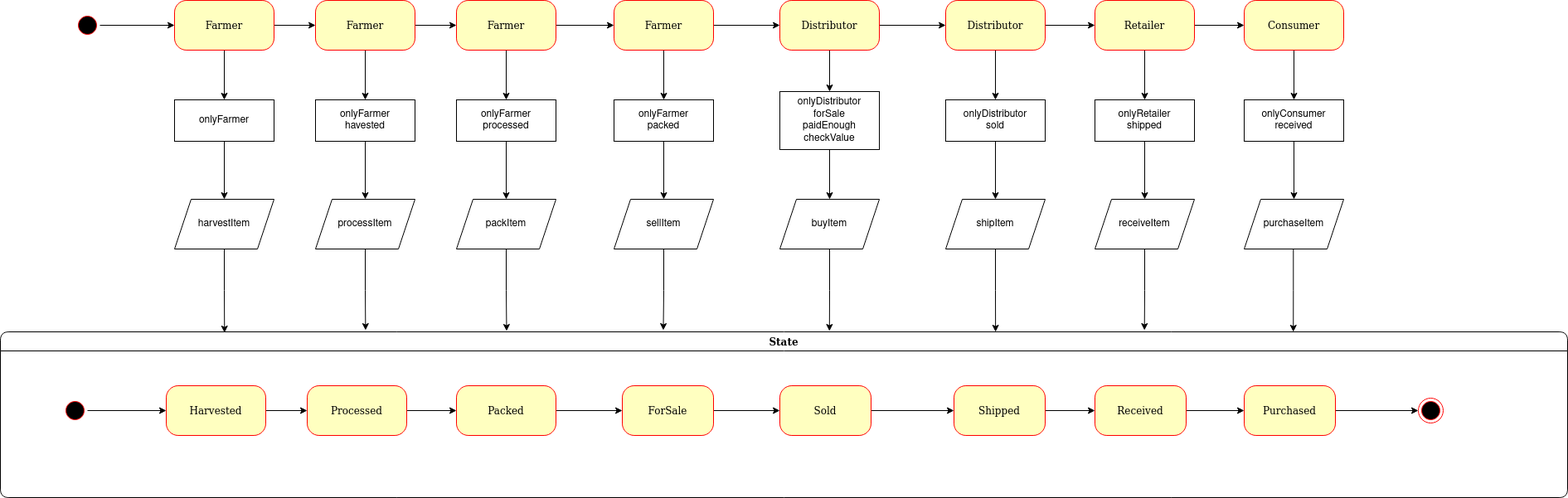
icole/blockchain_nanodegree keeps this draw.io diagram as project_3/diagrams/State-Diagram.png. Above is the earlier version. Source tidied: cells renumbered, new cells last; positions are measured from the earlier drawing's top-left corner, leaving out a move shared by most shapes.
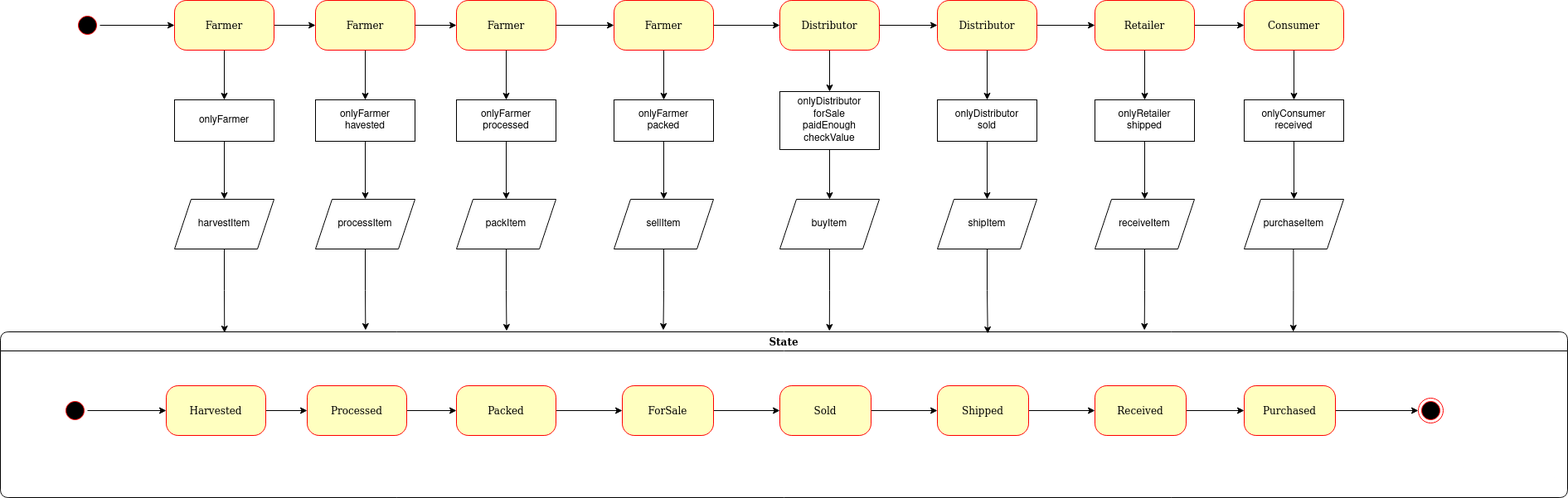
The same diagram one commit later.

What changed in the source:
```diff
@@ -63,7 +63,7 @@
       <mxGeometry relative="1" as="geometry" />
     </mxCell>
     <mxCell id="22" value="Shipped" style="rounded=1;whiteSpace=wrap;html=1;arcSize=24;fillColor=#ffffc0;strokeColor=#ff0000;shadow=0;comic=0;labelBackgroundColor=none;fontFamily=Verdana;fontSize=12;fontColor=#000000;align=center;" parent="7" vertex="1">
-      <mxGeometry x="1150" y="65" width="110" height="60" as="geometry" />
+      <mxGeometry x="1130" y="65" width="110" height="60" as="geometry" />
     </mxCell>
     <mxCell id="23" style="edgeStyle=orthogonalEdgeStyle;rounded=0;jettySize=auto;html=1;exitX=1;exitY=0.5;exitDx=0;exitDy=0;entryX=0;entryY=0.5;entryDx=0;entryDy=0;" parent="7" edge="1" source="24" target="26">
       <mxGeometry relative="1" as="geometry" />
@@ -120,7 +120,7 @@
       <mxGeometry relative="1" as="geometry" />
     </mxCell>
     <mxCell id="41" value="Distributor" style="rounded=1;whiteSpace=wrap;html=1;arcSize=24;fillColor=#ffffc0;strokeColor=#ff0000;shadow=0;comic=0;labelBackgroundColor=none;fontFamily=Verdana;fontSize=12;fontColor=#000000;align=center;" parent="1" vertex="1">
-      <mxGeometry x="1140" width="120" height="60" as="geometry" />
+      <mxGeometry x="1130" width="120" height="60" as="geometry" />
     </mxCell>
     <mxCell id="42" style="edgeStyle=orthogonalEdgeStyle;rounded=0;jettySize=auto;html=1;exitX=0.5;exitY=1;exitDx=0;exitDy=0;entryX=0.5;entryY=0;entryDx=0;entryDy=0;" parent="1" edge="1" source="44" target="76">
       <mxGeometry relative="1" as="geometry" />
@@ -201,13 +201,13 @@
       <mxGeometry relative="1" as="geometry" />
     </mxCell>
     <mxCell id="68" value="&lt;div&gt;onlyDistributor&lt;/div&gt;&lt;div&gt;sold&lt;br&gt;&lt;/div&gt;" style="rounded=0;whiteSpace=wrap;html=1;" parent="1" vertex="1">
-      <mxGeometry x="1140" y="120" width="120" height="50" as="geometry" />
+      <mxGeometry x="1130" y="120" width="120" height="50" as="geometry" />
     </mxCell>
-    <mxCell id="69" style="edgeStyle=orthogonalEdgeStyle;rounded=0;jettySize=auto;html=1;exitX=0.5;exitY=1;exitDx=0;exitDy=0;entryX=0.635;entryY=0;entryDx=0;entryDy=0;entryPerimeter=0;" parent="1" edge="1" source="70" target="7">
+    <mxCell id="69" style="edgeStyle=orthogonalEdgeStyle;rounded=0;jettySize=auto;html=1;entryX=0.63;entryY=0.01;entryDx=0;entryDy=0;entryPerimeter=0;" parent="1" edge="1" source="70" target="7">
       <mxGeometry relative="1" as="geometry" />
     </mxCell>
     <mxCell id="70" value="shipItem" style="shape=parallelogram;perimeter=parallelogramPerimeter;whiteSpace=wrap;html=1;fixedSize=1;" parent="1" vertex="1">
-      <mxGeometry x="1140" y="240" width="120" height="60" as="geometry" />
+      <mxGeometry x="1130" y="240" width="120" height="60" as="geometry" />
     </mxCell>
     <mxCell id="71" style="edgeStyle=orthogonalEdgeStyle;rounded=0;jettySize=auto;html=1;exitX=0.5;exitY=1;exitDx=0;exitDy=0;entryX=0.73;entryY=-0.01;entryDx=0;entryDy=0;entryPerimeter=0;" parent="1" edge="1" source="72" target="7">
       <mxGeometry relative="1" as="geometry" />
```
